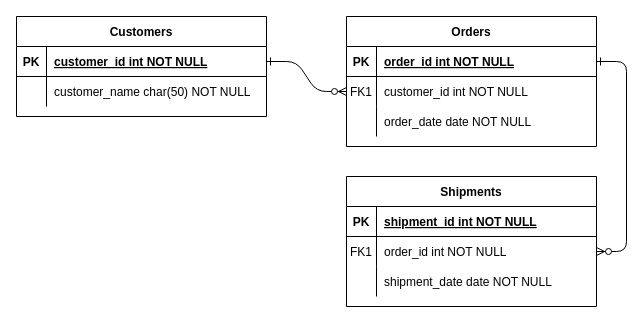
Above: Untitled Diagram.drawio in Emmanuelcik/GreenCalc-Back (draw.io), before the change. Source tidied: cells renumbered, new cells numbered last; positions are measured from the earlier drawing's top-left corner, leaving out a move shared by most shapes. Both pictures are drawn from the tidied source at 100%, with x=0, y=0 at pixel (16, 16).
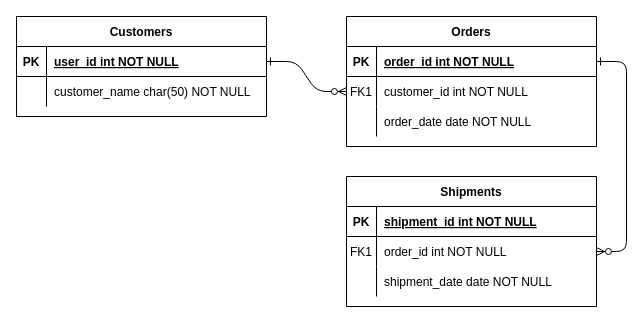
The same page after the edit.

The change refers to these unchanged cells:
```xml
<mxCell id="25" style="shape=partialRectangle;fillColor=none;points=[[0,0.5],[1,0.5]];portConstraint=eastwest;top=0;left=0;right=0;bottom=1;" parent="24" vertex="1">
  <mxGeometry y="30" width="250" height="30" as="geometry" />
</mxCell>
```

Diff of the diagram source:
```diff
@@
-    <mxCell id="27" value="customer_id int NOT NULL " style="shape=partialRectangle;overflow=hidden;fillColor=none;top=0;left=0;bottom=0;right=0;align=left;spacingLeft=6;fontStyle=5;" parent="25" vertex="1">
+    <mxCell id="27" value="user_id int NOT NULL" style="shape=partialRectangle;overflow=hidden;fillColor=none;top=0;left=0;bottom=0;right=0;align=left;spacingLeft=6;fontStyle=5;" parent="25" vertex="1">
       <mxGeometry x="30" width="220" height="30" as="geometry" />
     </mxCell>
```
